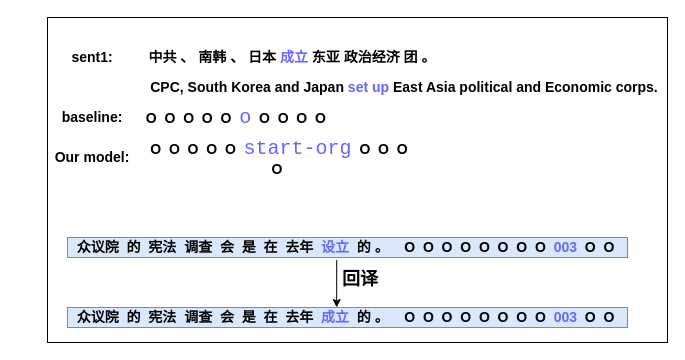
Before: text_trigger.drawio in gitofding/first_repository, a draw.io diagram. Source tidied: cells renumbered, new cells numbered last; positions are measured from the earlier drawing's top-left corner, leaving out a move shared by most shapes. Both pictures are drawn from the tidied source at 100%, with x=0, y=0 at pixel (47, 17).
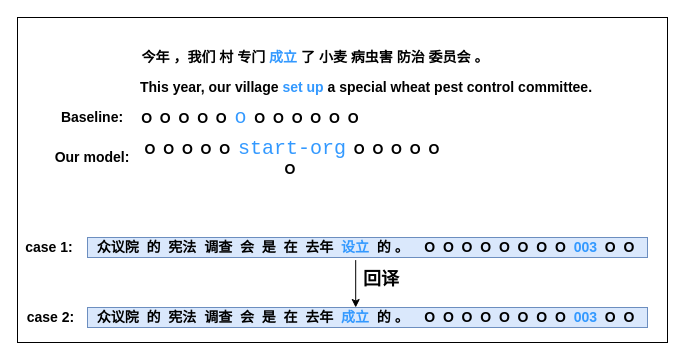
The same diagram, later.

The edit, as a diff of the source:
```diff
@@
 <mxGraphModel>
   <root>
     <mxCell id="0" />
     <mxCell id="1" parent="0" />
     <mxCell id="2" style="rounded=0;whiteSpace=wrap;html=1;" parent="1" vertex="1">
-      <mxGeometry width="620" height="325" as="geometry" />
+      <mxGeometry x="-30" width="650" height="325" as="geometry" />
     </mxCell>
-    <mxCell id="3" value="&lt;span style=&quot;font-size: 14px&quot;&gt;&lt;b&gt;中共 、 南韩 、 日本 &lt;font color=&quot;#6666ff&quot; style=&quot;background-color: rgb(255 , 255 , 255)&quot;&gt;成立&lt;/font&gt; 东亚 政治经济 团 。&lt;span&gt; &lt;/span&gt;&lt;/b&gt;&lt;/span&gt;" style="text;html=1;align=center;verticalAlign=middle;whiteSpace=wrap;rounded=0;" parent="1" vertex="1">
-      <mxGeometry x="100" y="30" width="290" height="20" as="geometry" />
+    <mxCell id="3" value="&lt;span style=&quot;text-align: left&quot;&gt;&lt;font style=&quot;font-size: 14px&quot;&gt;&lt;b&gt;今年 ，我们 村 专门&amp;nbsp;&lt;font color=&quot;#3399ff&quot;&gt;成立&amp;nbsp;&lt;/font&gt;了 小麦 病虫害 防治 委员会 。&lt;/b&gt;&lt;/font&gt;&lt;/span&gt;" style="text;html=1;align=center;verticalAlign=middle;whiteSpace=wrap;rounded=0;" parent="1" vertex="1">
+      <mxGeometry x="88" y="30" width="360" height="20" as="geometry" />
     </mxCell>
-    <mxCell id="4" value="&lt;b style=&quot;font-size: 14px&quot;&gt;&lt;span&gt;&amp;nbsp;&lt;/span&gt;&amp;nbsp;O&amp;nbsp; O&amp;nbsp; O&amp;nbsp; O&amp;nbsp; O&amp;nbsp; &lt;/b&gt;&lt;font face=&quot;consolas, monospace&quot; color=&quot;#6666ff&quot;&gt;&lt;span style=&quot;font-size: 20px ; background-color: rgb(255 , 255 , 255)&quot;&gt;o&lt;/span&gt;&lt;/font&gt;&lt;b style=&quot;font-size: 14px&quot;&gt;&amp;nbsp; O&amp;nbsp; O&amp;nbsp; O&amp;nbsp; O&lt;/b&gt;" style="text;html=1;align=center;verticalAlign=middle;whiteSpace=wrap;rounded=0;" parent="1" vertex="1">
-      <mxGeometry x="90" y="90" width="190" height="20" as="geometry" />
+    <mxCell id="4" value="&lt;b style=&quot;font-size: 14px&quot;&gt;&lt;span&gt;&amp;nbsp;&lt;/span&gt;&amp;nbsp;O&amp;nbsp; O&amp;nbsp; O&amp;nbsp; O&amp;nbsp; O&amp;nbsp; &lt;/b&gt;&lt;font face=&quot;consolas, monospace&quot; color=&quot;#3399ff&quot;&gt;&lt;span style=&quot;font-size: 20px ; background-color: rgb(255 , 255 , 255)&quot;&gt;o&lt;/span&gt;&lt;/font&gt;&lt;b style=&quot;font-size: 14px&quot;&gt;&amp;nbsp; O&amp;nbsp; O&amp;nbsp; O&amp;nbsp; O&amp;nbsp;&amp;nbsp;&lt;/b&gt;&lt;b style=&quot;font-size: 14px&quot;&gt;O&amp;nbsp; O&lt;/b&gt;" style="text;html=1;align=center;verticalAlign=middle;whiteSpace=wrap;rounded=0;" parent="1" vertex="1">
+      <mxGeometry x="81" y="90" width="236" height="20" as="geometry" />
     </mxCell>
-    <mxCell id="5" value="&lt;span style=&quot;font-size: 14px&quot;&gt;&lt;b&gt;&lt;span&gt;&amp;nbsp;&lt;/span&gt;&amp;nbsp;O&amp;nbsp; O&amp;nbsp; O&amp;nbsp; O&amp;nbsp; O&amp;nbsp;&amp;nbsp;&lt;/b&gt;&lt;/span&gt;&lt;span style=&quot;background-color: rgb(255 , 255 , 255) ; font-family: &amp;#34;consolas&amp;#34; , monospace ; font-size: 15pt&quot;&gt;&lt;font color=&quot;#6666ff&quot;&gt;start-org&lt;/font&gt;&lt;/span&gt;&lt;b style=&quot;font-size: 14px&quot;&gt;&amp;nbsp; O&amp;nbsp; O&amp;nbsp; O&amp;nbsp; O&lt;/b&gt;" style="text;html=1;align=center;verticalAlign=middle;whiteSpace=wrap;rounded=0;" parent="1" vertex="1">
-      <mxGeometry x="90" y="130" width="280" height="20" as="geometry" />
+    <mxCell id="5" value="&lt;span style=&quot;font-size: 14px&quot;&gt;&lt;b&gt;&lt;span&gt;&amp;nbsp;&lt;/span&gt;&amp;nbsp;O&amp;nbsp; O&amp;nbsp; O&amp;nbsp; O&amp;nbsp; O&amp;nbsp;&amp;nbsp;&lt;/b&gt;&lt;/span&gt;&lt;span style=&quot;background-color: rgb(255 , 255 , 255) ; font-family: &amp;#34;consolas&amp;#34; , monospace ; font-size: 15pt&quot;&gt;&lt;font color=&quot;#3399ff&quot;&gt;start-org&lt;/font&gt;&lt;/span&gt;&lt;b style=&quot;font-size: 14px&quot;&gt;&amp;nbsp; O&amp;nbsp; O&amp;nbsp; O&amp;nbsp; O&amp;nbsp;&amp;nbsp;&lt;/b&gt;&lt;b style=&quot;font-size: 14px&quot;&gt;O&amp;nbsp; O&lt;/b&gt;" style="text;html=1;align=center;verticalAlign=middle;whiteSpace=wrap;rounded=0;" parent="1" vertex="1">
+      <mxGeometry x="83" y="130" width="320" height="20" as="geometry" />
     </mxCell>
-    <mxCell id="6" value="&lt;b style=&quot;font-size: 14px&quot;&gt;众议院&amp;nbsp; 的&amp;nbsp; 宪法&amp;nbsp; 调查&amp;nbsp; 会&amp;nbsp; 是&amp;nbsp; 在&amp;nbsp; 去年&amp;nbsp; &lt;font color=&quot;#6666ff&quot;&gt;成立&amp;nbsp;&lt;/font&gt; 的 。&amp;nbsp;&amp;nbsp;&amp;nbsp; O&amp;nbsp; O&amp;nbsp; O&amp;nbsp; O&amp;nbsp; O&amp;nbsp; O&amp;nbsp; O&amp;nbsp; O&amp;nbsp;&amp;nbsp;&lt;font color=&quot;#6666ff&quot;&gt;003&amp;nbsp;&lt;/font&gt; O&amp;nbsp; O&amp;nbsp;&lt;/b&gt;" style="text;html=1;align=center;verticalAlign=middle;strokeColor=#6c8ebf;fillColor=#dae8fc;" parent="1" vertex="1">
-      <mxGeometry x="20" y="290" width="560" height="20" as="geometry" />
+    <mxCell id="6" value="&lt;b style=&quot;font-size: 14px&quot;&gt;众议院&amp;nbsp; 的&amp;nbsp; 宪法&amp;nbsp; 调查&amp;nbsp; 会&amp;nbsp; 是&amp;nbsp; 在&amp;nbsp; 去年&amp;nbsp; &lt;font color=&quot;#3399ff&quot;&gt;成立&lt;/font&gt;&lt;font color=&quot;#6666ff&quot;&gt;&amp;nbsp;&lt;/font&gt; 的 。&amp;nbsp;&amp;nbsp;&amp;nbsp; O&amp;nbsp; O&amp;nbsp; O&amp;nbsp; O&amp;nbsp; O&amp;nbsp; O&amp;nbsp; O&amp;nbsp; O&amp;nbsp;&amp;nbsp;&lt;font color=&quot;#3399ff&quot;&gt;003&lt;/font&gt;&lt;font color=&quot;#6666ff&quot;&gt;&amp;nbsp;&lt;/font&gt; O&amp;nbsp; O&amp;nbsp;&lt;/b&gt;" style="text;html=1;align=center;verticalAlign=middle;strokeColor=#6c8ebf;fillColor=#dae8fc;" parent="1" vertex="1">
+      <mxGeometry x="40" y="290" width="560" height="20" as="geometry" />
     </mxCell>
-    <mxCell id="7" value="&lt;b style=&quot;font-size: 14px&quot;&gt;众议院&amp;nbsp; 的&amp;nbsp; 宪法&amp;nbsp; 调查&amp;nbsp; 会&amp;nbsp; 是&amp;nbsp; 在&amp;nbsp; 去年&amp;nbsp; &lt;font color=&quot;#6666ff&quot;&gt;设立&amp;nbsp;&lt;/font&gt; 的 。&amp;nbsp;&amp;nbsp;&amp;nbsp; O&amp;nbsp; O&amp;nbsp; O&amp;nbsp; O&amp;nbsp; O&amp;nbsp; O&amp;nbsp; O&amp;nbsp; O&amp;nbsp;&amp;nbsp;&lt;font color=&quot;#6666ff&quot;&gt;003&amp;nbsp;&lt;/font&gt; O&amp;nbsp; O&amp;nbsp;&lt;/b&gt;" style="text;html=1;align=center;verticalAlign=middle;strokeColor=#6c8ebf;fillColor=#dae8fc;" parent="1" vertex="1">
-      <mxGeometry x="20" y="220" width="560" height="20" as="geometry" />
+    <mxCell id="7" value="&lt;b style=&quot;font-size: 14px&quot;&gt;众议院&amp;nbsp; 的&amp;nbsp; 宪法&amp;nbsp; 调查&amp;nbsp; 会&amp;nbsp; 是&amp;nbsp; 在&amp;nbsp; 去年&amp;nbsp; &lt;font color=&quot;#3399ff&quot;&gt;设立&lt;/font&gt;&lt;font color=&quot;#6666ff&quot;&gt;&amp;nbsp;&lt;/font&gt; 的 。&amp;nbsp;&amp;nbsp;&amp;nbsp; O&amp;nbsp; O&amp;nbsp; O&amp;nbsp; O&amp;nbsp; O&amp;nbsp; O&amp;nbsp; O&amp;nbsp; O&amp;nbsp;&amp;nbsp;&lt;font color=&quot;#3399ff&quot;&gt;003&lt;/font&gt;&lt;font color=&quot;#6666ff&quot;&gt;&amp;nbsp;&lt;/font&gt; O&amp;nbsp; O&amp;nbsp;&lt;/b&gt;" style="text;html=1;align=center;verticalAlign=middle;strokeColor=#6c8ebf;fillColor=#dae8fc;" parent="1" vertex="1">
+      <mxGeometry x="40" y="220" width="560" height="20" as="geometry" />
     </mxCell>
-    <mxCell id="8" value="&lt;font style=&quot;font-size: 14px&quot;&gt;&lt;b&gt;baseline:&lt;/b&gt;&lt;/font&gt;" style="text;html=1;strokeColor=none;fillColor=none;align=center;verticalAlign=middle;whiteSpace=wrap;rounded=0;" parent="1" vertex="1">
+    <mxCell id="8" value="&lt;font style=&quot;font-size: 14px&quot;&gt;&lt;b&gt;Baseline:&lt;/b&gt;&lt;/font&gt;" style="text;html=1;strokeColor=none;fillColor=none;align=center;verticalAlign=middle;whiteSpace=wrap;rounded=0;" parent="1" vertex="1">
       <mxGeometry x="10" y="90" width="70" height="20" as="geometry" />
     </mxCell>
     <mxCell id="9" value="&lt;font style=&quot;font-size: 14px&quot;&gt;&lt;b&gt;Our model:&lt;/b&gt;&lt;/font&gt;" style="text;html=1;strokeColor=none;fillColor=none;align=center;verticalAlign=middle;whiteSpace=wrap;rounded=0;" parent="1" vertex="1">
       <mxGeometry x="5" y="122.5" width="80" height="35" as="geometry" />
     </mxCell>
     <mxCell id="10" style="endArrow=classic;html=1;exitX=0.461;exitY=1.13;exitDx=0;exitDy=0;exitPerimeter=0;entryX=0.461;entryY=0;entryDx=0;entryDy=0;entryPerimeter=0;" parent="1" edge="1">
       <mxGeometry relative="1" as="geometry">
-        <mxPoint x="289.2" y="242.6" as="sourcePoint" />
-        <mxPoint x="289.2" y="290" as="targetPoint" />
+        <mxPoint x="308.2" y="242.6" as="sourcePoint" />
+        <mxPoint x="308.2" y="290" as="targetPoint" />
       </mxGeometry>
     </mxCell>
     <mxCell id="11" value="&lt;font style=&quot;font-size: 18px&quot;&gt;&lt;b&gt;回译&lt;/b&gt;&lt;/font&gt;" style="text;html=1;align=center;verticalAlign=middle;whiteSpace=wrap;rounded=0;" parent="1" vertex="1">
-      <mxGeometry x="293" y="252" width="40" height="20" as="geometry" />
+      <mxGeometry x="314" y="252" width="40" height="20" as="geometry" />
     </mxCell>
-    <mxCell id="12" value="&lt;font style=&quot;font-size: 14px&quot;&gt;&lt;b&gt;sent1:&lt;/b&gt;&lt;/font&gt;" style="text;html=1;strokeColor=none;fillColor=none;align=center;verticalAlign=middle;whiteSpace=wrap;rounded=0;" parent="1" vertex="1">
-      <mxGeometry x="10" y="30" width="70" height="20" as="geometry" />
-    </mxCell>
-    <mxCell id="13" value="&lt;font style=&quot;font-size: 14px&quot;&gt;&lt;b&gt;CPC, South Korea and Japan &lt;font color=&quot;#6666ff&quot;&gt;set up&lt;/font&gt; East Asia political and Economic corps.&lt;/b&gt;&lt;/font&gt;" style="text;html=1;strokeColor=none;fillColor=none;align=center;verticalAlign=middle;whiteSpace=wrap;rounded=0;" parent="1" vertex="1">
-      <mxGeometry x="100" y="60" width="513.5" height="20" as="geometry" />
+    <mxCell id="13" value="&lt;span style=&quot;font-size: 14px&quot;&gt;&lt;b&gt;This year, our village &lt;font color=&quot;#3399ff&quot;&gt;set up&lt;/font&gt; a special wheat pest control committee.&lt;/b&gt;&lt;/span&gt;" style="text;html=1;strokeColor=none;fillColor=none;align=center;verticalAlign=middle;whiteSpace=wrap;rounded=0;" parent="1" vertex="1">
+      <mxGeometry x="62" y="60" width="513.5" height="20" as="geometry" />
     </mxCell>
+    <mxCell id="14" value="&lt;font style=&quot;font-size: 14px&quot;&gt;&lt;b&gt;case 1:&lt;/b&gt;&lt;/font&gt;" style="text;html=1;strokeColor=none;fillColor=none;align=center;verticalAlign=middle;whiteSpace=wrap;rounded=0;" parent="1" vertex="1">
+      <mxGeometry x="-23" y="220" width="50" height="20" as="geometry" />
+    </mxCell>
+    <mxCell id="15" value="&lt;b style=&quot;font-size: 14px&quot;&gt;case 2:&lt;/b&gt;" style="text;html=1;strokeColor=none;fillColor=none;align=center;verticalAlign=middle;whiteSpace=wrap;rounded=0;" parent="1" vertex="1">
+      <mxGeometry x="-23" y="290" width="53" height="20" as="geometry" />
+    </mxCell>
   </root>
 </mxGraphModel>
```
